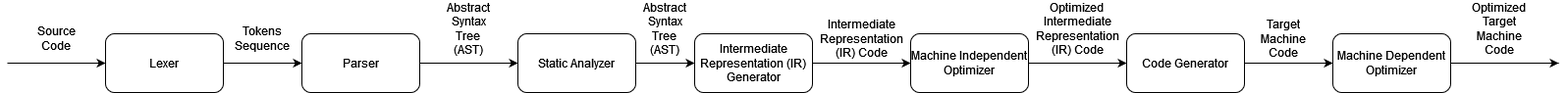
vmmc2/Bleach-Thesis keeps this draw.io diagram as Figures/Arquiteturas/CompilersDetailedPipeline.png. Above is the earlier version. Source tidied: cells renumbered, new cells last; positions are measured from the earlier drawing's top-left corner, leaving out a move shared by most shapes. Its diagram source:
```xml
<mxGraphModel>
  <root>
    <mxCell id="0" />
    <mxCell id="1" parent="0" />
    <mxCell id="2" value="Lexer" style="rounded=1;whiteSpace=wrap;html=1;" parent="1" vertex="1">
      <mxGeometry x="100" y="20" width="120" height="60" as="geometry" />
    </mxCell>
    <mxCell id="3" style="edgeStyle=orthogonalEdgeStyle;rounded=0;jettySize=auto;html=1;" parent="1" edge="1" source="4" target="23">
      <mxGeometry relative="1" as="geometry" />
    </mxCell>
    <mxCell id="4" value="Parser" style="rounded=1;whiteSpace=wrap;html=1;" parent="1" vertex="1">
      <mxGeometry x="300" y="20" width="120" height="60" as="geometry" />
    </mxCell>
    <mxCell id="5" style="edgeStyle=orthogonalEdgeStyle;rounded=0;jettySize=auto;html=1;" parent="1" edge="1" source="6" target="8">
      <mxGeometry relative="1" as="geometry" />
    </mxCell>
    <mxCell id="6" value="Intermediate Representation (IR) Generator" style="rounded=1;whiteSpace=wrap;html=1;" parent="1" vertex="1">
      <mxGeometry x="700" y="20" width="120" height="60" as="geometry" />
    </mxCell>
    <mxCell id="7" style="edgeStyle=orthogonalEdgeStyle;rounded=0;jettySize=auto;html=1;" parent="1" edge="1" source="8" target="10">
      <mxGeometry relative="1" as="geometry" />
    </mxCell>
    <mxCell id="8" value="Machine Independent Optimizer" style="rounded=1;whiteSpace=wrap;html=1;" parent="1" vertex="1">
      <mxGeometry x="920" y="20" width="120" height="60" as="geometry" />
    </mxCell>
    <mxCell id="9" style="edgeStyle=orthogonalEdgeStyle;rounded=0;jettySize=auto;html=1;" parent="1" edge="1" source="10" target="11">
      <mxGeometry relative="1" as="geometry" />
    </mxCell>
    <mxCell id="10" value="Code Generator" style="rounded=1;whiteSpace=wrap;html=1;" parent="1" vertex="1">
      <mxGeometry x="1140" y="20" width="120" height="60" as="geometry" />
    </mxCell>
    <mxCell id="11" value="Machine Dependent Optimizer" style="rounded=1;whiteSpace=wrap;html=1;" parent="1" vertex="1">
      <mxGeometry x="1350" y="20" width="120" height="60" as="geometry" />
    </mxCell>
    <mxCell id="12" style="endArrow=classic;html=1;rounded=0;entryX=0;entryY=0.5;entryDx=0;entryDy=0;" parent="1" edge="1" target="4">
      <mxGeometry relative="1" as="geometry">
        <mxPoint x="220" y="50" as="sourcePoint" />
      </mxGeometry>
    </mxCell>
    <mxCell id="13" style="endArrow=classic;html=1;rounded=0;entryX=0;entryY=0.5;entryDx=0;entryDy=0;" parent="1" edge="1" target="2">
      <mxGeometry relative="1" as="geometry">
        <mxPoint y="50" as="sourcePoint" />
      </mxGeometry>
    </mxCell>
    <mxCell id="14" value="Source Code" style="text;html=1;align=center;verticalAlign=middle;whiteSpace=wrap;rounded=0;" parent="1" vertex="1">
      <mxGeometry x="20" y="10" width="60" height="30" as="geometry" />
    </mxCell>
    <mxCell id="15" value="Tokens Sequence" style="text;html=1;align=center;verticalAlign=middle;whiteSpace=wrap;rounded=0;" parent="1" vertex="1">
      <mxGeometry x="230" y="10" width="60" height="30" as="geometry" />
    </mxCell>
    <mxCell id="16" value="Abstract Syntax Tree&lt;br&gt;(AST)" style="text;html=1;align=center;verticalAlign=middle;whiteSpace=wrap;rounded=0;" parent="1" vertex="1">
      <mxGeometry x="440" width="60" height="30" as="geometry" />
    </mxCell>
    <mxCell id="17" value="Intermediate Representation (IR) Code" style="text;html=1;align=center;verticalAlign=middle;whiteSpace=wrap;rounded=0;" parent="1" vertex="1">
      <mxGeometry x="840" y="10" width="60" height="30" as="geometry" />
    </mxCell>
    <mxCell id="18" value="Optimized&lt;br&gt;Intermediate Representation (IR) Code" style="text;html=1;align=center;verticalAlign=middle;whiteSpace=wrap;rounded=0;" parent="1" vertex="1">
      <mxGeometry x="1060" width="60" height="30" as="geometry" />
    </mxCell>
    <mxCell id="19" value="Target Machine Code" style="text;html=1;align=center;verticalAlign=middle;whiteSpace=wrap;rounded=0;" parent="1" vertex="1">
      <mxGeometry x="1270" y="10" width="60" height="30" as="geometry" />
    </mxCell>
    <mxCell id="20" value="Optimized&lt;br&gt;Target Machine Code" style="text;html=1;align=center;verticalAlign=middle;whiteSpace=wrap;rounded=0;" parent="1" vertex="1">
      <mxGeometry x="1490" width="60" height="30" as="geometry" />
    </mxCell>
    <mxCell id="21" style="endArrow=classic;html=1;rounded=0;exitX=1;exitY=0.5;exitDx=0;exitDy=0;" parent="1" edge="1" source="11">
      <mxGeometry relative="1" as="geometry">
        <mxPoint x="1580" y="50" as="targetPoint" />
      </mxGeometry>
    </mxCell>
    <mxCell id="22" style="edgeStyle=orthogonalEdgeStyle;rounded=0;jettySize=auto;html=1;" parent="1" edge="1" source="23" target="6">
      <mxGeometry relative="1" as="geometry" />
    </mxCell>
    <mxCell id="23" value="Static Analyzer" style="rounded=1;whiteSpace=wrap;html=1;" parent="1" vertex="1">
      <mxGeometry x="520" y="20" width="120" height="60" as="geometry" />
    </mxCell>
    <mxCell id="24" value="Abstract Syntax Tree&lt;br&gt;(AST)" style="text;html=1;align=center;verticalAlign=middle;whiteSpace=wrap;rounded=0;" parent="1" vertex="1">
      <mxGeometry x="640" width="60" height="30" as="geometry" />
    </mxCell>
  </root>
</mxGraphModel>
```
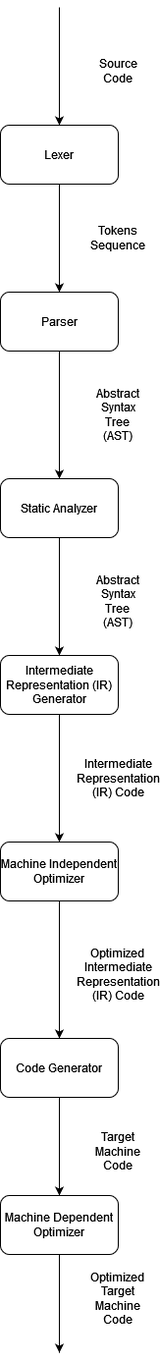
After the change.

Diff of the diagram source:
```diff
@@ -2,80 +2,83 @@
   <root>
     <mxCell id="0" />
     <mxCell id="1" parent="0" />
-    <mxCell id="2" value="Lexer" style="rounded=1;whiteSpace=wrap;html=1;" parent="1" vertex="1">
-      <mxGeometry x="100" y="20" width="120" height="60" as="geometry" />
+    <mxCell id="2" value="Lexer" style="rounded=1;whiteSpace=wrap;html=1;direction=east;" parent="1" vertex="1">
+      <mxGeometry x="730" y="-340" width="120" height="60" as="geometry" />
     </mxCell>
     <mxCell id="3" style="edgeStyle=orthogonalEdgeStyle;rounded=0;jettySize=auto;html=1;" parent="1" edge="1" source="4" target="23">
       <mxGeometry relative="1" as="geometry" />
     </mxCell>
     <mxCell id="4" value="Parser" style="rounded=1;whiteSpace=wrap;html=1;" parent="1" vertex="1">
-      <mxGeometry x="300" y="20" width="120" height="60" as="geometry" />
+      <mxGeometry x="730" y="-170" width="120" height="60" as="geometry" />
     </mxCell>
     <mxCell id="5" style="edgeStyle=orthogonalEdgeStyle;rounded=0;jettySize=auto;html=1;" parent="1" edge="1" source="6" target="8">
       <mxGeometry relative="1" as="geometry" />
     </mxCell>
     <mxCell id="6" value="Intermediate Representation (IR) Generator" style="rounded=1;whiteSpace=wrap;html=1;" parent="1" vertex="1">
-      <mxGeometry x="700" y="20" width="120" height="60" as="geometry" />
+      <mxGeometry x="730" y="200" width="120" height="60" as="geometry" />
     </mxCell>
     <mxCell id="7" style="edgeStyle=orthogonalEdgeStyle;rounded=0;jettySize=auto;html=1;" parent="1" edge="1" source="8" target="10">
       <mxGeometry relative="1" as="geometry" />
     </mxCell>
     <mxCell id="8" value="Machine Independent Optimizer" style="rounded=1;whiteSpace=wrap;html=1;" parent="1" vertex="1">
-      <mxGeometry x="920" y="20" width="120" height="60" as="geometry" />
+      <mxGeometry x="730" y="390" width="120" height="60" as="geometry" />
     </mxCell>
-    <mxCell id="9" style="edgeStyle=orthogonalEdgeStyle;rounded=0;jettySize=auto;html=1;" parent="1" edge="1" source="10" target="11">
-      <mxGeometry relative="1" as="geometry" />
+    <mxCell id="9" style="edgeStyle=orthogonalEdgeStyle;rounded=0;jettySize=auto;html=1;exitX=0.5;exitY=1;exitDx=0;exitDy=0;" parent="1" edge="1" source="10">
+      <mxGeometry relative="1" as="geometry">
+        <mxPoint x="790" y="750" as="targetPoint" />
+      </mxGeometry>
     </mxCell>
     <mxCell id="10" value="Code Generator" style="rounded=1;whiteSpace=wrap;html=1;" parent="1" vertex="1">
-      <mxGeometry x="1140" y="20" width="120" height="60" as="geometry" />
+      <mxGeometry x="730" y="590" width="120" height="60" as="geometry" />
     </mxCell>
-    <mxCell id="11" value="Machine Dependent Optimizer" style="rounded=1;whiteSpace=wrap;html=1;" parent="1" vertex="1">
-      <mxGeometry x="1350" y="20" width="120" height="60" as="geometry" />
-    </mxCell>
-    <mxCell id="12" style="endArrow=classic;html=1;rounded=0;entryX=0;entryY=0.5;entryDx=0;entryDy=0;" parent="1" edge="1" target="4">
-      <mxGeometry relative="1" as="geometry">
-        <mxPoint x="220" y="50" as="sourcePoint" />
-      </mxGeometry>
+    <mxCell id="12" style="endArrow=classic;html=1;rounded=0;entryX=0.5;entryY=0;entryDx=0;entryDy=0;exitX=0.5;exitY=1;exitDx=0;exitDy=0;" parent="1" edge="1" source="2" target="4">
+      <mxGeometry relative="1" as="geometry" />
     </mxCell>
-    <mxCell id="13" style="endArrow=classic;html=1;rounded=0;entryX=0;entryY=0.5;entryDx=0;entryDy=0;" parent="1" edge="1" target="2">
+    <mxCell id="13" style="endArrow=classic;html=1;rounded=0;entryX=0.5;entryY=0;entryDx=0;entryDy=0;" parent="1" edge="1" target="2">
       <mxGeometry relative="1" as="geometry">
-        <mxPoint y="50" as="sourcePoint" />
+        <mxPoint x="790" y="-460" as="sourcePoint" />
       </mxGeometry>
     </mxCell>
     <mxCell id="14" value="Source Code" style="text;html=1;align=center;verticalAlign=middle;whiteSpace=wrap;rounded=0;" parent="1" vertex="1">
-      <mxGeometry x="20" y="10" width="60" height="30" as="geometry" />
+      <mxGeometry x="820" y="-410" width="60" height="30" as="geometry" />
     </mxCell>
     <mxCell id="15" value="Tokens Sequence" style="text;html=1;align=center;verticalAlign=middle;whiteSpace=wrap;rounded=0;" parent="1" vertex="1">
-      <mxGeometry x="230" y="10" width="60" height="30" as="geometry" />
+      <mxGeometry x="820" y="-240" width="60" height="30" as="geometry" />
     </mxCell>
     <mxCell id="16" value="Abstract Syntax Tree&lt;br&gt;(AST)" style="text;html=1;align=center;verticalAlign=middle;whiteSpace=wrap;rounded=0;" parent="1" vertex="1">
-      <mxGeometry x="440" width="60" height="30" as="geometry" />
+      <mxGeometry x="820" y="-60" width="60" height="30" as="geometry" />
     </mxCell>
     <mxCell id="17" value="Intermediate Representation (IR) Code" style="text;html=1;align=center;verticalAlign=middle;whiteSpace=wrap;rounded=0;" parent="1" vertex="1">
-      <mxGeometry x="840" y="10" width="60" height="30" as="geometry" />
+      <mxGeometry x="820" y="310" width="60" height="30" as="geometry" />
     </mxCell>
     <mxCell id="18" value="Optimized&lt;br&gt;Intermediate Representation (IR) Code" style="text;html=1;align=center;verticalAlign=middle;whiteSpace=wrap;rounded=0;" parent="1" vertex="1">
-      <mxGeometry x="1060" width="60" height="30" as="geometry" />
+      <mxGeometry x="820" y="510" width="60" height="30" as="geometry" />
     </mxCell>
     <mxCell id="19" value="Target Machine Code" style="text;html=1;align=center;verticalAlign=middle;whiteSpace=wrap;rounded=0;" parent="1" vertex="1">
-      <mxGeometry x="1270" y="10" width="60" height="30" as="geometry" />
+      <mxGeometry x="820" y="690" width="60" height="30" as="geometry" />
     </mxCell>
-    <mxCell id="20" value="Optimized&lt;br&gt;Target Machine Code" style="text;html=1;align=center;verticalAlign=middle;whiteSpace=wrap;rounded=0;" parent="1" vertex="1">
-      <mxGeometry x="1490" width="60" height="30" as="geometry" />
-    </mxCell>
-    <mxCell id="21" style="endArrow=classic;html=1;rounded=0;exitX=1;exitY=0.5;exitDx=0;exitDy=0;" parent="1" edge="1" source="11">
-      <mxGeometry relative="1" as="geometry">
-        <mxPoint x="1580" y="50" as="targetPoint" />
-      </mxGeometry>
-    </mxCell>
     <mxCell id="22" style="edgeStyle=orthogonalEdgeStyle;rounded=0;jettySize=auto;html=1;" parent="1" edge="1" source="23" target="6">
       <mxGeometry relative="1" as="geometry" />
     </mxCell>
     <mxCell id="23" value="Static Analyzer" style="rounded=1;whiteSpace=wrap;html=1;" parent="1" vertex="1">
-      <mxGeometry x="520" y="20" width="120" height="60" as="geometry" />
+      <mxGeometry x="730" y="20" width="120" height="60" as="geometry" />
     </mxCell>
     <mxCell id="24" value="Abstract Syntax Tree&lt;br&gt;(AST)" style="text;html=1;align=center;verticalAlign=middle;whiteSpace=wrap;rounded=0;" parent="1" vertex="1">
-      <mxGeometry x="640" width="60" height="30" as="geometry" />
+      <mxGeometry x="820" y="130" width="60" height="30" as="geometry" />
     </mxCell>
+    <mxCell id="25" style="edgeStyle=orthogonalEdgeStyle;rounded=0;orthogonalLoop=1;jettySize=auto;html=1;exitX=0.5;exitY=1;exitDx=0;exitDy=0;" parent="1" edge="1" source="16" target="16">
+      <mxGeometry relative="1" as="geometry" />
+    </mxCell>
+    <mxCell id="11" value="Machine Dependent Optimizer" style="rounded=1;whiteSpace=wrap;html=1;" parent="1" vertex="1">
+      <mxGeometry x="730" y="750" width="120" height="60" as="geometry" />
+    </mxCell>
+    <mxCell id="26" style="endArrow=classic;html=1;rounded=0;exitX=0.5;exitY=1;exitDx=0;exitDy=0;" parent="1" edge="1" source="11">
+      <mxGeometry relative="1" as="geometry">
+        <mxPoint x="790" y="910" as="targetPoint" />
+      </mxGeometry>
+    </mxCell>
+    <mxCell id="20" value="Optimized&lt;br&gt;Target Machine Code" style="text;html=1;align=center;verticalAlign=middle;whiteSpace=wrap;rounded=0;" parent="1" vertex="1">
+      <mxGeometry x="820" y="840" width="60" height="30" as="geometry" />
+    </mxCell>
   </root>
 </mxGraphModel>
```
